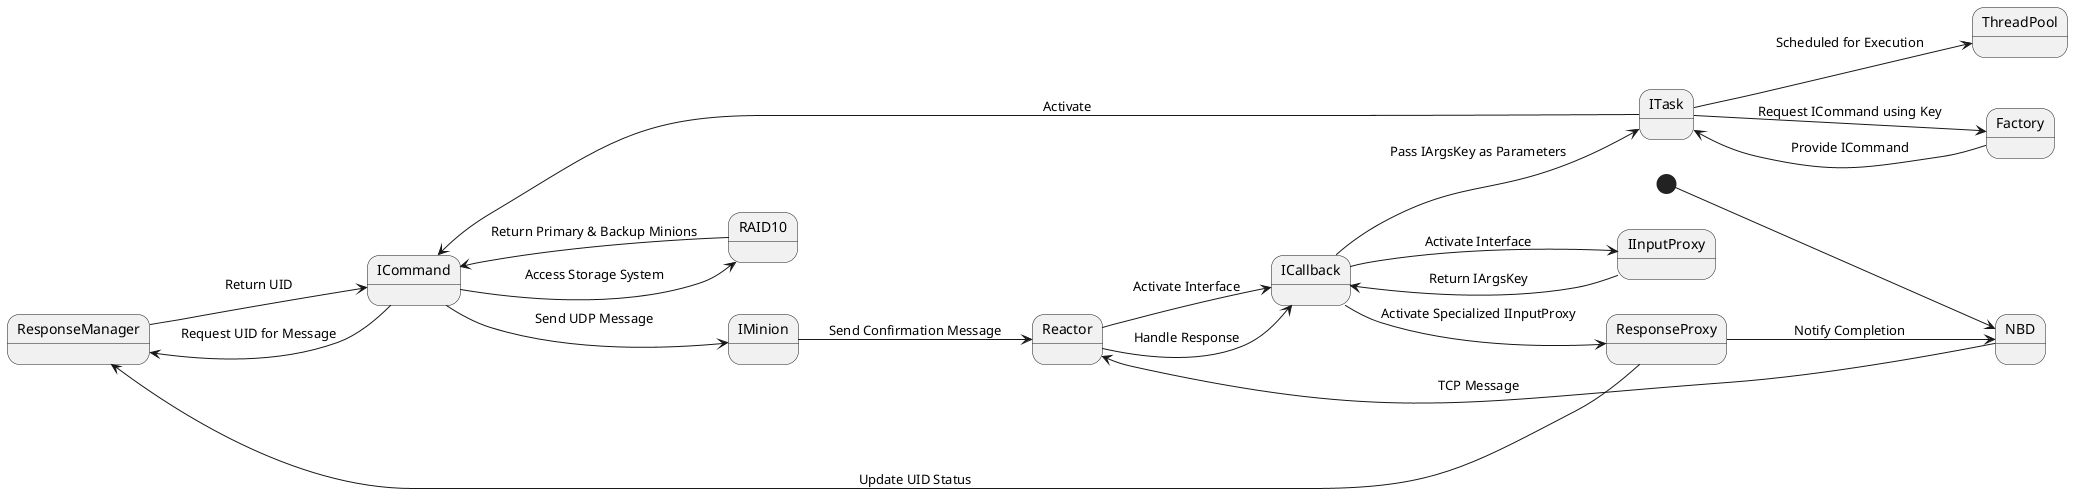
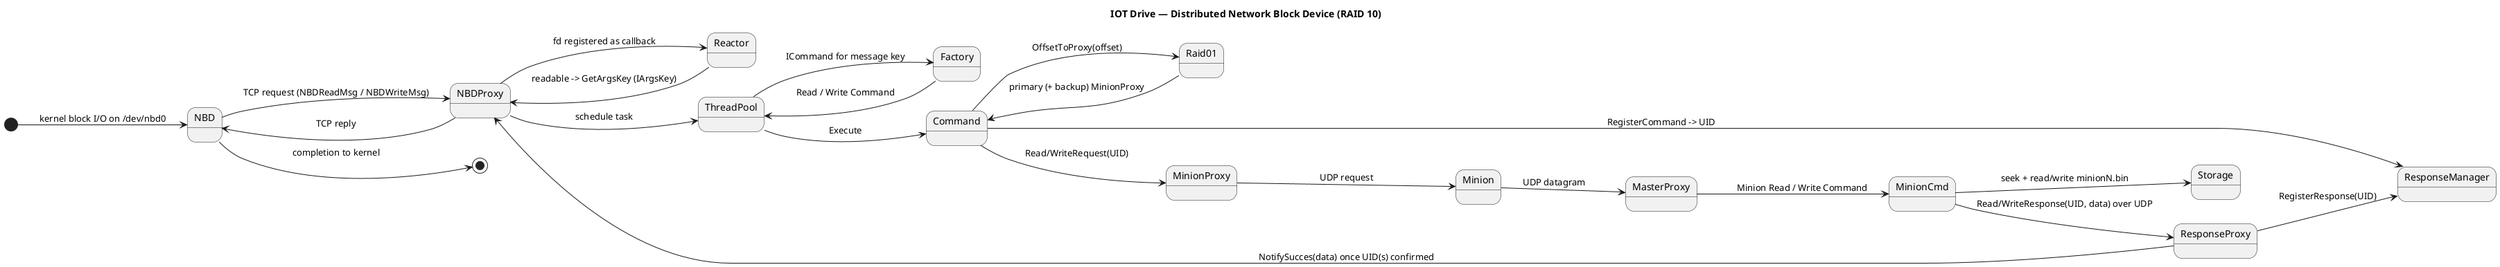
@startuml IOT Drive
+ title IOT Drive — Distributed Network Block Device (RAID 10)
left to right direction

- [*] --> NBD
- NBD -left-> Reactor : TCP Message
- Reactor --> ICallback : Activate Interface
- ICallback --> IInputProxy : Activate Interface
- IInputProxy --> ICallback : Return IArgsKey
- ICallback --> ITask : Pass IArgsKey as Parameters
- ITask --> ThreadPool : Scheduled for Execution
- ITask --> Factory : Request ICommand using Key
- Factory --> ITask : Provide ICommand
- ITask --> ICommand : Activate
- ICommand --> RAID10 : Access Storage System
- RAID10 --> ICommand : Return Primary & Backup Minions
- ICommand -left-> ResponseManager : Request UID for Message
- ResponseManager --> ICommand : Return UID
- ICommand --> IMinion : Send UDP Message
- IMinion --> Reactor : Send Confirmation Message
- Reactor --> ICallback : Handle Response
- ICallback --> ResponseProxy : Activate Specialized IInputProxy
- ResponseProxy --> ResponseManager : Update UID Status
- ResponseProxy --> NBD : Notify Completion
+ [*] --> NBD : kernel block I/O on /dev/nbd0
+ 
+ ' ---- Master node: accept request and dispatch ----
+ NBD --> NBDProxy : TCP request (NBDReadMsg / NBDWriteMsg)
+ NBDProxy --> Reactor : fd registered as callback
+ Reactor --> NBDProxy : readable -> GetArgsKey (IArgsKey)
+ NBDProxy --> ThreadPool : schedule task
+ ThreadPool --> Factory : ICommand for message key
+ Factory --> ThreadPool : Read / Write Command
+ ThreadPool --> Command : Execute
+ Command --> Raid01 : OffsetToProxy(offset)
+ Raid01 --> Command : primary (+ backup) MinionProxy
+ Command --> ResponseManager : RegisterCommand -> UID
+ Command --> MinionProxy : Read/WriteRequest(UID)
+ MinionProxy --> Minion : UDP request
+ 
+ ' ---- Minion node: persist / fetch the block ----
+ Minion --> MasterProxy : UDP datagram
+ MasterProxy --> MinionCmd : Minion Read / Write Command
+ MinionCmd --> Storage : seek + read/write minionN.bin
+ MinionCmd --> ResponseProxy : Read/WriteResponse(UID, data) over UDP
+ 
+ ' ---- Master node: correlate response and reply ----
+ ResponseProxy --> ResponseManager : RegisterResponse(UID)
+ ResponseProxy --> NBDProxy : NotifySucces(data) once UID(s) confirmed
+ NBDProxy --> NBD : TCP reply
+ NBD --> [*] : completion to kernel

@enduml
